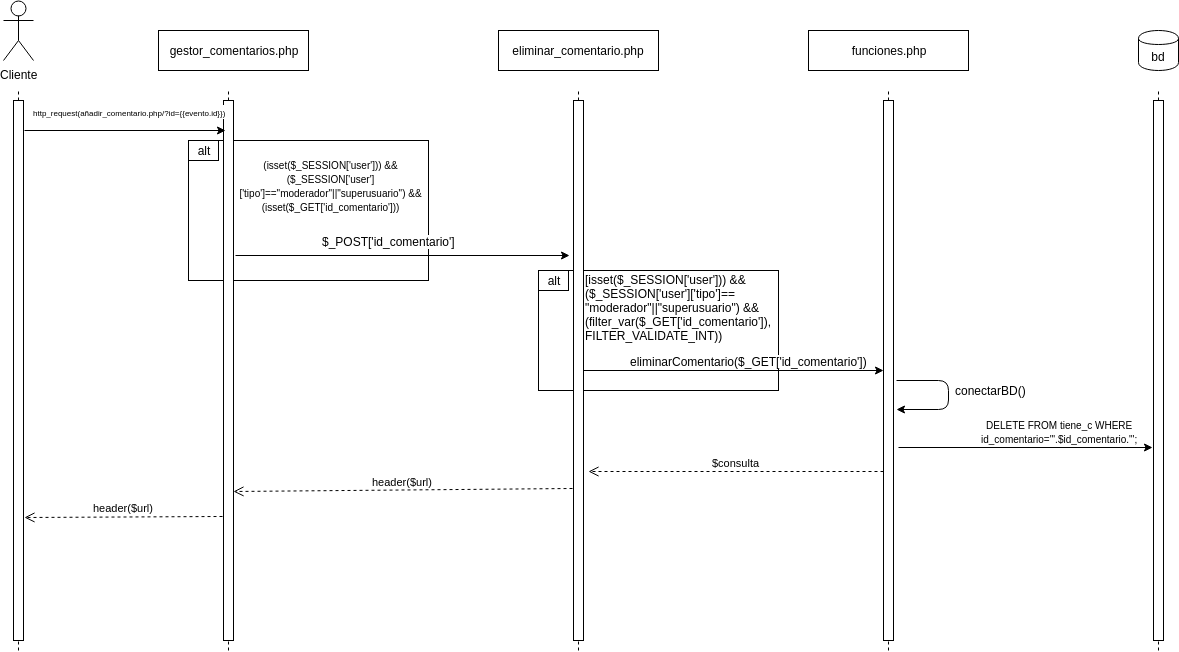
Earlier version of the draw.io export Practica 3 y 4/html/Diagramas/Diagrama de Secuencia - Eliminar Comentario.png (pedrodlz/Practica1_SIBW1819). Source tidied: cells renumbered, new cells last; positions are measured from the earlier drawing's top-left corner, leaving out a move shared by most shapes.
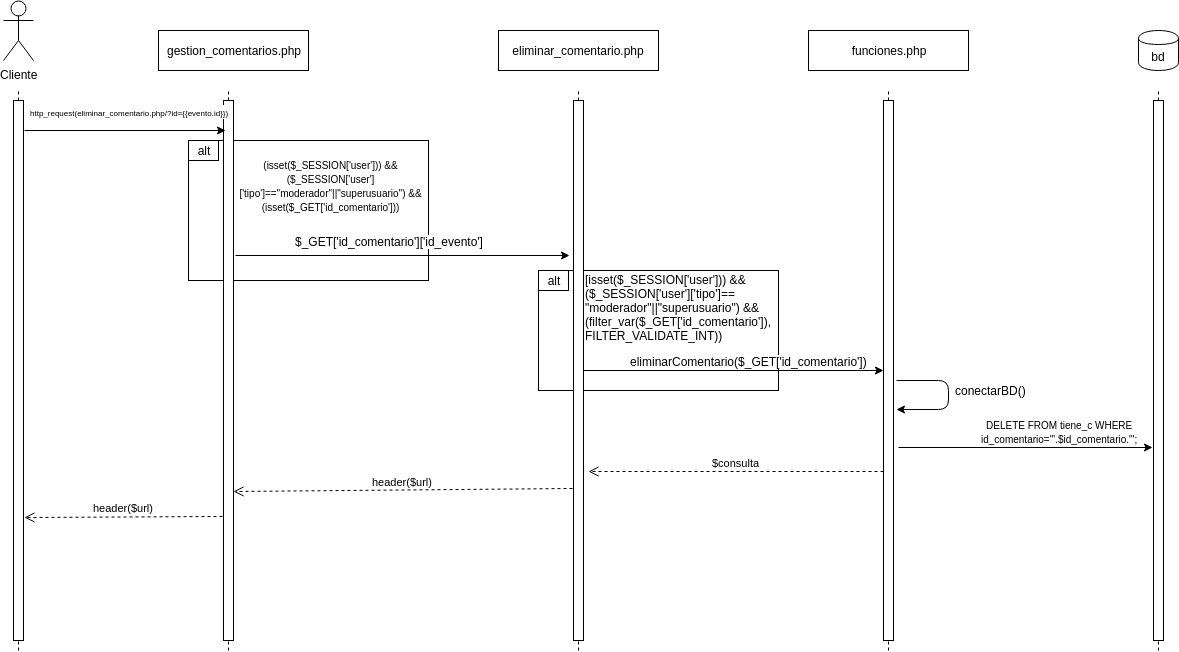
The same file after the commit.

Commit message:
Diagramas corregidos

The edit, as a diff of the source:
```diff
@@ -24,7 +24,7 @@
         <mxPoint x="15" y="650" as="sourcePoint" />
       </mxGeometry>
     </mxCell>
-    <mxCell id="8" value="gestor_comentarios.php&lt;br&gt;" style="rounded=0;whiteSpace=wrap;html=1;" parent="1" vertex="1">
+    <mxCell id="8" value="gestion_comentarios.php&lt;br&gt;" style="rounded=0;whiteSpace=wrap;html=1;" parent="1" vertex="1">
       <mxGeometry x="155" y="30" width="150" height="40" as="geometry" />
     </mxCell>
     <mxCell id="9" style="endArrow=none;dashed=1;html=1;" parent="1" edge="1" source="10">
@@ -43,7 +43,7 @@
     <mxCell id="12" style="endArrow=classic;html=1;exitX=1.1;exitY=0.056;exitDx=0;exitDy=0;exitPerimeter=0;entryX=0.2;entryY=0.056;entryDx=0;entryDy=0;entryPerimeter=0;" parent="1" edge="1" source="6" target="10">
       <mxGeometry relative="1" as="geometry" />
     </mxCell>
-    <mxCell id="13" value="&lt;font style=&quot;font-size: 8px&quot;&gt;http_request(añadir_comentario.php/?id={{evento.id}})&lt;/font&gt;" style="text;html=1;align=center;verticalAlign=middle;labelBackgroundColor=#ffffff;" parent="12" vertex="1">
+    <mxCell id="13" value="&lt;font style=&quot;font-size: 8px&quot;&gt;http_request(eliminar_comentario.php/?id={{evento.id}})&lt;/font&gt;" style="text;html=1;align=center;verticalAlign=middle;labelBackgroundColor=#ffffff;" parent="12" vertex="1">
       <mxGeometry x="0.23" y="-3" relative="1" as="geometry">
         <mxPoint x="-20" y="-23" as="offset" />
       </mxGeometry>
@@ -75,7 +75,7 @@
         <mxPoint x="232" y="255" as="sourcePoint" />
       </mxGeometry>
     </mxCell>
-    <mxCell id="21" value="$_POST['id_comentario']" style="text;html=1;align=center;verticalAlign=middle;labelBackgroundColor=#ffffff;" parent="20" vertex="1">
+    <mxCell id="21" value="$_GET['id_comentario']['id_evento']" style="text;html=1;align=center;verticalAlign=middle;labelBackgroundColor=#ffffff;" parent="20" vertex="1">
       <mxGeometry x="-0.09" y="-1" relative="1" as="geometry">
         <mxPoint x="1" y="-16" as="offset" />
       </mxGeometry>
```
